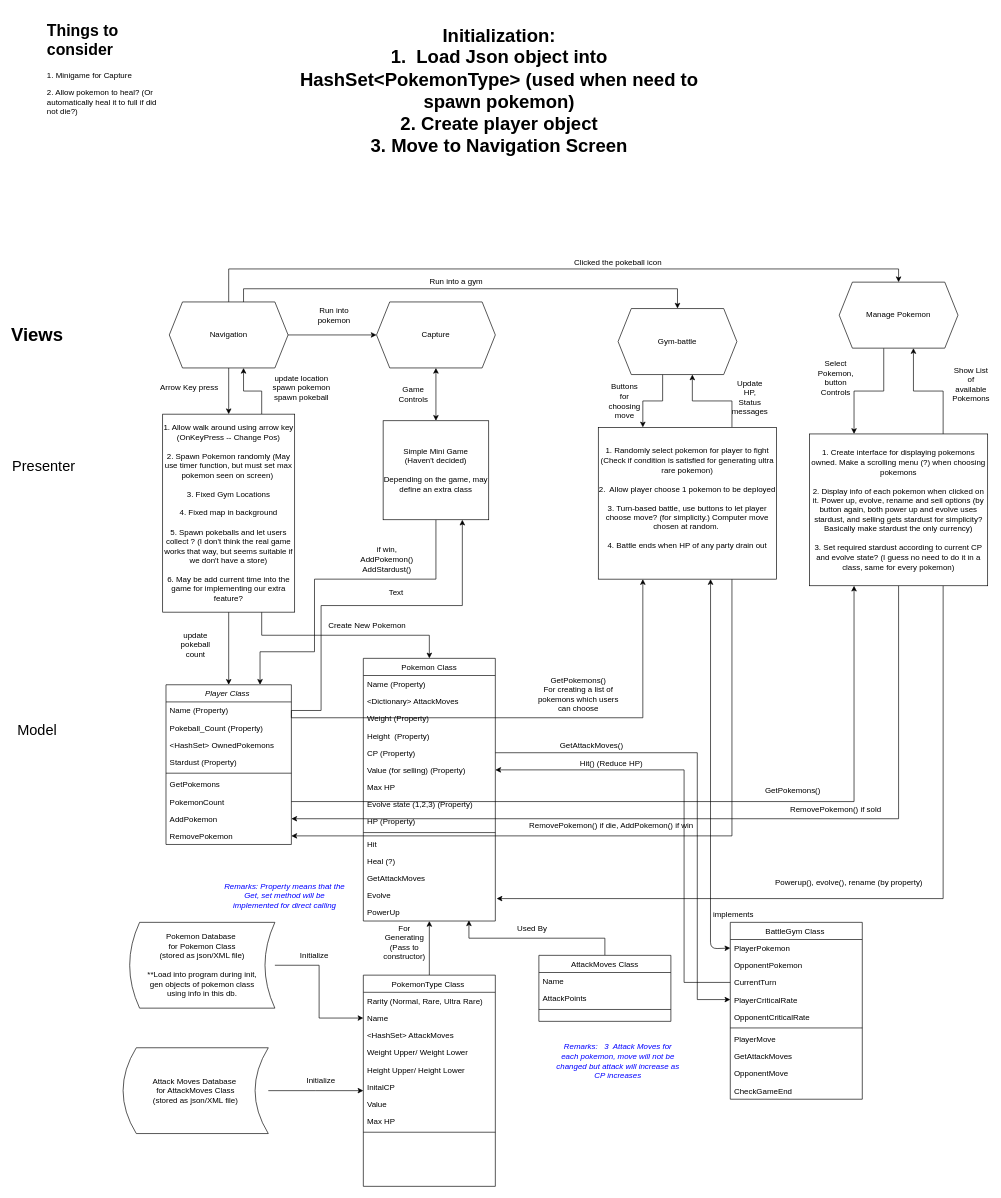
Above: Untitled Diagram.drawio in tpmmthomas/ierg3080-pokemon-go (draw.io), before the change. Source tidied: cells renumbered, new cells numbered last; positions are measured from the earlier drawing's top-left corner, leaving out a move shared by most shapes. Both pictures are drawn from the tidied source at 66%, with x=0, y=0 at pixel (24, 18).
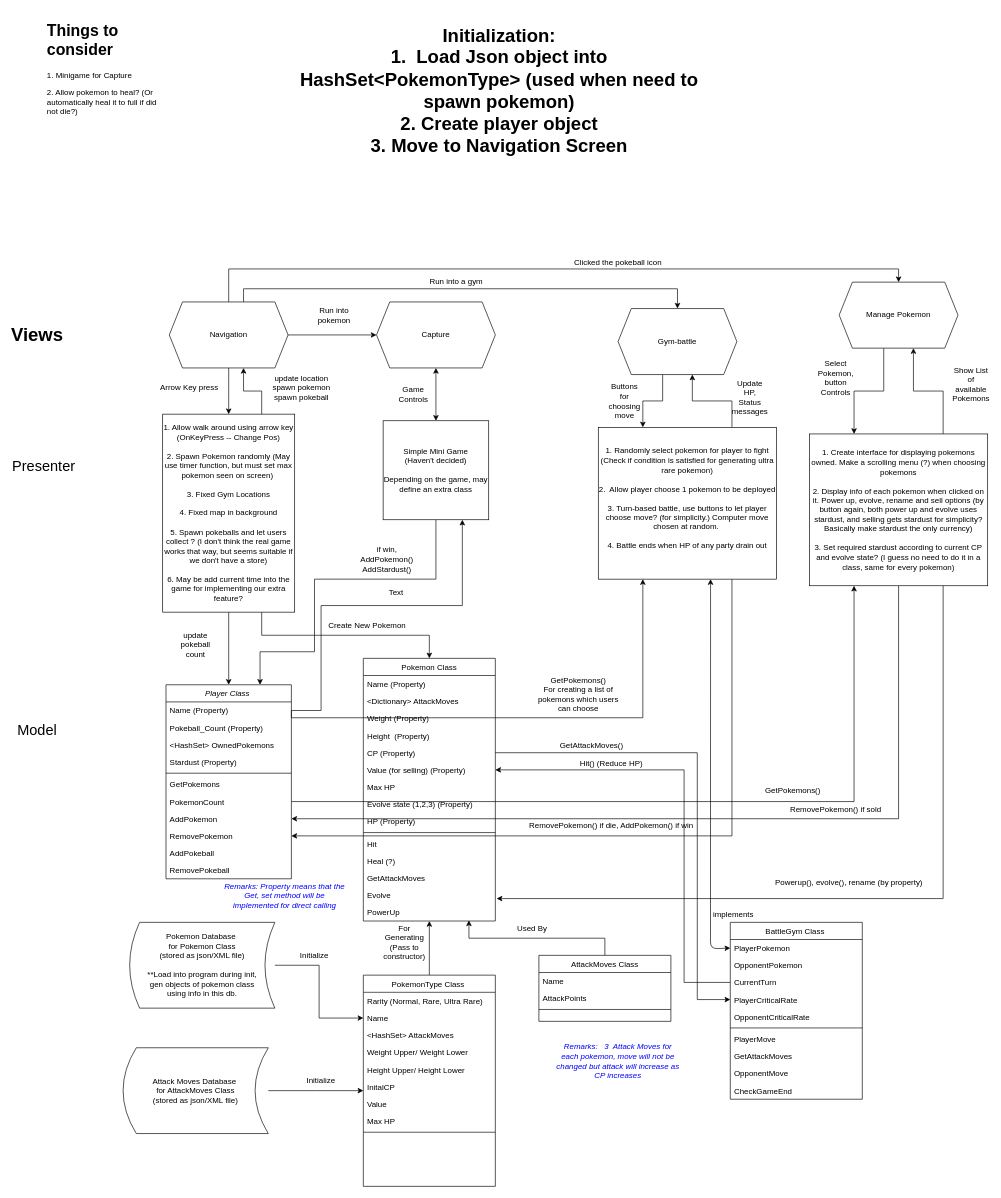
The same page after the edit.

What changed in the source:
```diff
@@
     <mxCell id="2" value="Player Class " style="swimlane;fontStyle=2;align=center;verticalAlign=top;horizontal=1;startSize=26;rounded=0;shadow=0;strokeWidth=1;" parent="1" vertex="1">
-      <mxGeometry x="215" y="1010" width="190" height="242" as="geometry" />
+      <mxGeometry x="215" y="1010" width="190" height="294" as="geometry" />
     </mxCell>
@@
+    <mxCell id="123" value="AddPokeball" style="text;align=left;verticalAlign=top;spacingLeft=4;spacingRight=4;overflow=hidden;rounded=0;shadow=0;html=0;" parent="2" vertex="1">
+      <mxGeometry y="242" width="190" height="26" as="geometry" />
+    </mxCell>
+    <mxCell id="124" value="RemovePokeball" style="text;align=left;verticalAlign=top;spacingLeft=4;spacingRight=4;overflow=hidden;rounded=0;shadow=0;html=0;" parent="2" vertex="1">
+      <mxGeometry y="268" width="190" height="26" as="geometry" />
+    </mxCell>
```
